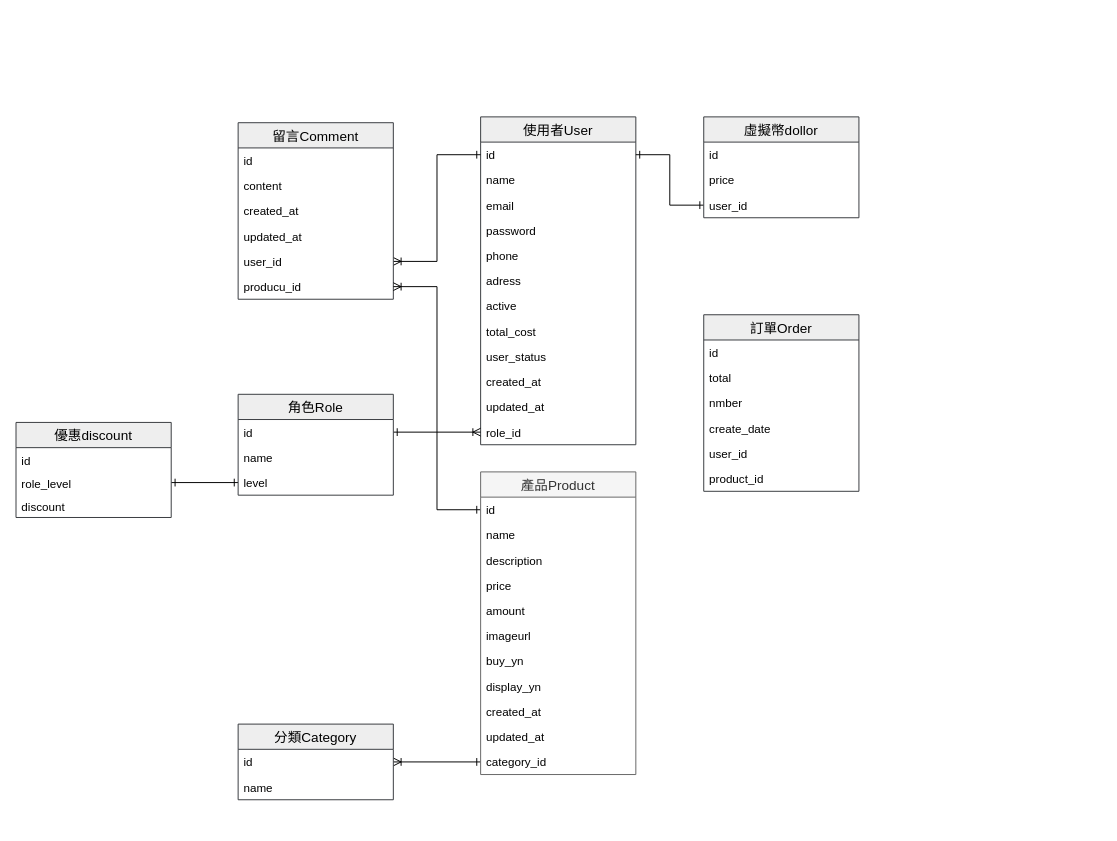
Earlier version of the draw.io diagram 系統規劃/購物網資料庫設計.drawio (Shenyoyo/ShoppingWeb). Source tidied: cells renumbered, new cells numbered last; positions are measured from the earlier drawing's top-left corner, leaving out a move shared by most shapes. Both pictures are drawn from the tidied source at 97%, with x=0, y=0 at pixel (16, 116).
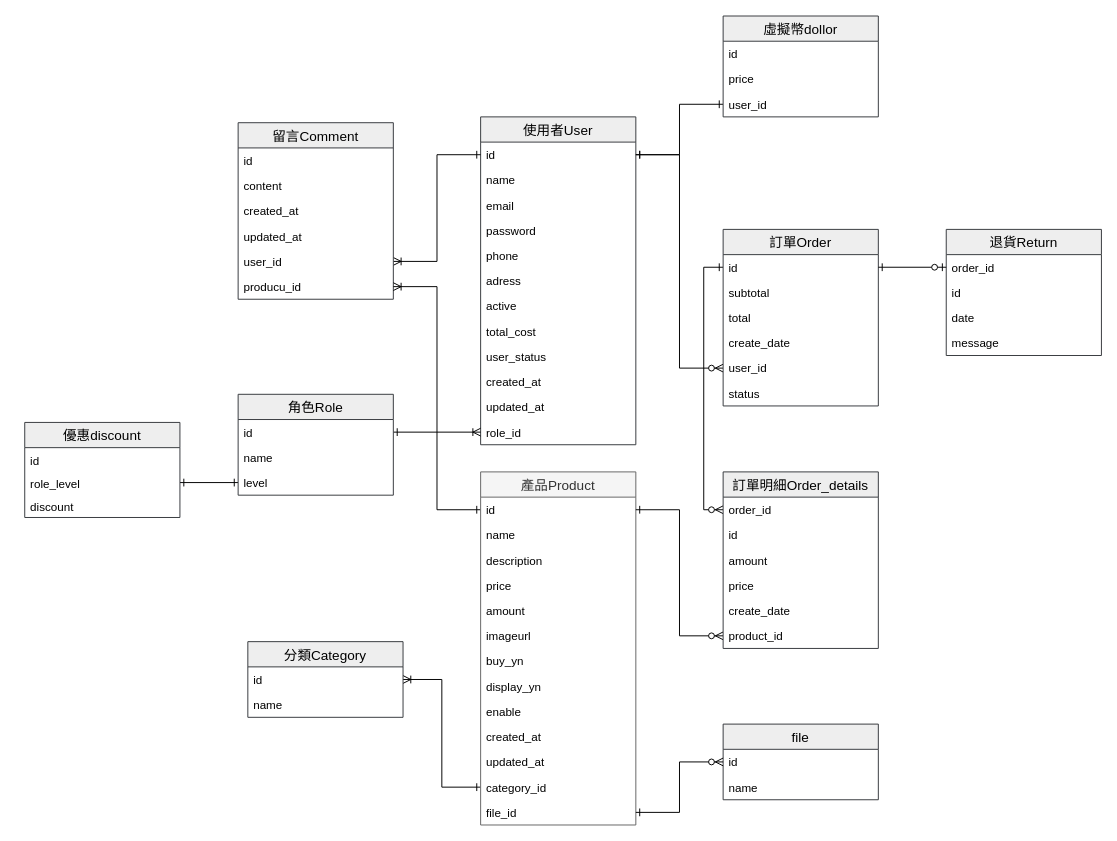
After the change.

Commit message (it also covers changes not shown here):
改變刪除不是真的刪除，與設計系統流程圖

The change refers to these unchanged cells:
```xml
<mxCell id="3" value="id" style="text;strokeColor=none;fillColor=none;spacingLeft=4;spacingRight=4;overflow=hidden;points=[[0,0.5],[1,0.5]];portConstraint=eastwest;fontSize=12;" parent="2" vertex="1">
  <mxGeometry y="26" width="160" height="26" as="geometry" />
</mxCell>
<mxCell id="28" value="id" style="text;strokeColor=none;fillColor=none;spacingLeft=4;spacingRight=4;overflow=hidden;points=[[0,0.5],[1,0.5]];portConstraint=eastwest;fontSize=12;" parent="27" vertex="1">
  <mxGeometry y="26" width="160" height="26" as="geometry" />
</mxCell>
```

What changed in the source:
```diff
@@
     <mxCell id="27" value="產品Product" style="swimlane;fontStyle=0;horizontal=1;startSize=26;align=center;fontSize=14;swimlaneFillColor=#ffffff;fillColor=#f5f5f5;strokeColor=#666666;fontColor=#333333;" parent="1" vertex="1">
-      <mxGeometry x="479" y="366" width="160" height="312" as="geometry" />
+      <mxGeometry x="479" y="366" width="160" height="364" as="geometry" />
     </mxCell>
@@
+    <mxCell id="62" value="enable" style="text;strokeColor=none;fillColor=none;spacingLeft=4;spacingRight=4;overflow=hidden;fontSize=12;" parent="27" vertex="1">
+      <mxGeometry y="234" width="160" height="26" as="geometry" />
+    </mxCell>
     <mxCell id="36" value="created_at" style="text;strokeColor=none;fillColor=none;spacingLeft=4;spacingRight=4;overflow=hidden;fontSize=12;" parent="27" vertex="1">
-      <mxGeometry y="234" width="160" height="26" as="geometry" />
+      <mxGeometry y="260" width="160" height="26" as="geometry" />
     </mxCell>
     <mxCell id="37" value="updated_at" style="text;strokeColor=none;fillColor=none;spacingLeft=4;spacingRight=4;overflow=hidden;fontSize=12;" parent="27" vertex="1">
-      <mxGeometry y="260" width="160" height="26" as="geometry" />
+      <mxGeometry y="286" width="160" height="26" as="geometry" />
     </mxCell>
     <mxCell id="38" value="category_id" style="text;strokeColor=none;fillColor=none;spacingLeft=4;spacingRight=4;overflow=hidden;points=[[0,0.5],[1,0.5]];portConstraint=eastwest;fontSize=12;" parent="27" vertex="1">
-      <mxGeometry y="286" width="160" height="26" as="geometry" />
+      <mxGeometry y="312" width="160" height="26" as="geometry" />
     </mxCell>
-    <mxCell id="39" value="訂單Order" style="swimlane;fontStyle=0;horizontal=1;startSize=26;align=center;fontSize=14;swimlaneFillColor=#ffffff;fillColor=#eeeeee;strokeColor=#36393d;" parent="1" vertex="1">
-      <mxGeometry x="709" y="204" width="160" height="182" as="geometry" />
-    </mxCell>
-    <mxCell id="40" value="id" style="text;strokeColor=none;fillColor=none;spacingLeft=4;spacingRight=4;overflow=hidden;points=[[0,0.5],[1,0.5]];portConstraint=eastwest;fontSize=12;" parent="39" vertex="1">
-      <mxGeometry y="26" width="160" height="26" as="geometry" />
-    </mxCell>
-    <mxCell id="41" value="total" style="text;strokeColor=none;fillColor=none;spacingLeft=4;spacingRight=4;overflow=hidden;fontSize=12;" parent="39" vertex="1">
-      <mxGeometry y="52" width="160" height="26" as="geometry" />
-    </mxCell>
-    <mxCell id="42" value="nmber" style="text;strokeColor=none;fillColor=none;spacingLeft=4;spacingRight=4;overflow=hidden;fontSize=12;" parent="39" vertex="1">
-      <mxGeometry y="78" width="160" height="26" as="geometry" />
-    </mxCell>
-    <mxCell id="43" value="create_date" style="text;strokeColor=none;fillColor=none;spacingLeft=4;spacingRight=4;overflow=hidden;fontSize=12;" parent="39" vertex="1">
-      <mxGeometry y="104" width="160" height="26" as="geometry" />
-    </mxCell>
-    <mxCell id="44" value="user_id" style="text;strokeColor=none;fillColor=none;spacingLeft=4;spacingRight=4;overflow=hidden;points=[[0,0.5],[1,0.5]];portConstraint=eastwest;fontSize=12;" parent="39" vertex="1">
-      <mxGeometry y="130" width="160" height="26" as="geometry" />
-    </mxCell>
-    <mxCell id="45" value="product_id" style="text;strokeColor=none;fillColor=none;spacingLeft=4;spacingRight=4;overflow=hidden;points=[[0,0.5],[1,0.5]];portConstraint=eastwest;fontSize=12;" parent="39" vertex="1">
-      <mxGeometry y="156" width="160" height="26" as="geometry" />
-    </mxCell>
-    <mxCell id="46" value="虛擬幣dollor" style="swimlane;fontStyle=0;horizontal=1;startSize=26;align=center;fontSize=14;swimlaneFillColor=#ffffff;fillColor=#eeeeee;strokeColor=#36393d;" parent="1" vertex="1">
-      <mxGeometry x="709" width="160" height="104" as="geometry" />
-    </mxCell>
-    <mxCell id="47" value="id" style="text;strokeColor=none;fillColor=none;spacingLeft=4;spacingRight=4;overflow=hidden;fontSize=12;" parent="46" vertex="1">
-      <mxGeometry y="26" width="160" height="26" as="geometry" />
-    </mxCell>
-    <mxCell id="48" value="price" style="text;strokeColor=none;fillColor=none;spacingLeft=4;spacingRight=4;overflow=hidden;fontSize=12;" parent="46" vertex="1">
-      <mxGeometry y="52" width="160" height="26" as="geometry" />
-    </mxCell>
-    <mxCell id="49" value="user_id" style="text;strokeColor=none;fillColor=none;spacingLeft=4;spacingRight=4;overflow=hidden;points=[[0,0.5],[1,0.5]];portConstraint=eastwest;fontSize=12;" parent="46" vertex="1">
-      <mxGeometry y="78" width="160" height="26" as="geometry" />
-    </mxCell>
-    <mxCell id="50" value="分類Category" style="swimlane;fontStyle=0;horizontal=1;startSize=26;align=center;fontSize=14;swimlaneFillColor=#ffffff;fillColor=#eeeeee;strokeColor=#36393d;" parent="1" vertex="1">
-      <mxGeometry x="229" y="626" width="160" height="78" as="geometry" />
-    </mxCell>
-    <mxCell id="51" value="id" style="text;strokeColor=none;fillColor=none;spacingLeft=4;spacingRight=4;overflow=hidden;points=[[0,0.5],[1,0.5]];portConstraint=eastwest;fontSize=12;" parent="50" vertex="1">
-      <mxGeometry y="26" width="160" height="26" as="geometry" />
-    </mxCell>
-    <mxCell id="52" value="name" style="text;strokeColor=none;fillColor=none;spacingLeft=4;spacingRight=4;overflow=hidden;fontSize=12;" parent="50" vertex="1">
-      <mxGeometry y="52" width="160" height="26" as="geometry" />
-    </mxCell>
+    <mxCell id="63" value="file_id" style="text;strokeColor=none;fillColor=none;spacingLeft=4;spacingRight=4;overflow=hidden;points=[[0,0.5],[1,0.5]];portConstraint=eastwest;fontSize=12;" parent="27" vertex="1">
+      <mxGeometry y="338" width="160" height="26" as="geometry" />
+    </mxCell>
@@
+    <mxCell id="64" style="edgeStyle=orthogonalEdgeStyle;rounded=0;jettySize=auto;html=1;exitX=0;exitY=0.5;exitDx=0;exitDy=0;entryX=0;entryY=0.5;entryDx=0;entryDy=0;endArrow=ERzeroToMany;endFill=1;startArrow=ERone;startFill=0;" parent="1" edge="1" source="68" target="40">
+      <mxGeometry relative="1" as="geometry" />
+    </mxCell>
+    <mxCell id="65" style="edgeStyle=orthogonalEdgeStyle;rounded=0;jettySize=auto;html=1;exitX=1;exitY=0.5;exitDx=0;exitDy=0;entryX=0;entryY=0.5;entryDx=0;entryDy=0;startArrow=ERone;startFill=0;endArrow=ERzeroToMany;endFill=1;" parent="1" edge="1" source="28" target="45">
+      <mxGeometry relative="1" as="geometry" />
+    </mxCell>
+    <mxCell id="66" style="edgeStyle=orthogonalEdgeStyle;rounded=0;jettySize=auto;html=1;entryX=0;entryY=0.5;entryDx=0;entryDy=0;startArrow=ERone;startFill=0;endArrow=ERzeroToMany;endFill=1;" parent="1" edge="1" source="3" target="44">
+      <mxGeometry relative="1" as="geometry" />
+    </mxCell>
+    <mxCell id="67" value="訂單Order" style="swimlane;fontStyle=0;horizontal=1;startSize=26;align=center;fontSize=14;swimlaneFillColor=#ffffff;fillColor=#eeeeee;strokeColor=#36393d;" parent="1" vertex="1">
+      <mxGeometry x="729" y="116" width="160" height="182" as="geometry" />
+    </mxCell>
+    <mxCell id="68" value="id" style="text;strokeColor=none;fillColor=none;spacingLeft=4;spacingRight=4;overflow=hidden;points=[[0,0.5],[1,0.5]];portConstraint=eastwest;fontSize=12;" parent="67" vertex="1">
+      <mxGeometry y="26" width="160" height="26" as="geometry" />
+    </mxCell>
+    <mxCell id="69" value="subtotal" style="text;strokeColor=none;fillColor=none;spacingLeft=4;spacingRight=4;overflow=hidden;fontSize=12;" parent="67" vertex="1">
+      <mxGeometry y="52" width="160" height="26" as="geometry" />
+    </mxCell>
+    <mxCell id="70" value="total" style="text;strokeColor=none;fillColor=none;spacingLeft=4;spacingRight=4;overflow=hidden;fontSize=12;" parent="67" vertex="1">
+      <mxGeometry y="78" width="160" height="26" as="geometry" />
+    </mxCell>
+    <mxCell id="71" value="create_date" style="text;strokeColor=none;fillColor=none;spacingLeft=4;spacingRight=4;overflow=hidden;fontSize=12;" parent="67" vertex="1">
+      <mxGeometry y="104" width="160" height="26" as="geometry" />
+    </mxCell>
+    <mxCell id="44" value="user_id" style="text;strokeColor=none;fillColor=none;spacingLeft=4;spacingRight=4;overflow=hidden;points=[[0,0.5],[1,0.5]];portConstraint=eastwest;fontSize=12;" parent="67" vertex="1">
+      <mxGeometry y="130" width="160" height="26" as="geometry" />
+    </mxCell>
+    <mxCell id="72" value="status" style="text;strokeColor=none;fillColor=none;spacingLeft=4;spacingRight=4;overflow=hidden;fontSize=12;" parent="67" vertex="1">
+      <mxGeometry y="156" width="160" height="26" as="geometry" />
+    </mxCell>
+    <mxCell id="39" value="訂單明細Order_details" style="swimlane;fontStyle=0;horizontal=1;startSize=26;align=center;fontSize=14;swimlaneFillColor=#ffffff;fillColor=#eeeeee;strokeColor=#36393d;" parent="1" vertex="1">
+      <mxGeometry x="729" y="366" width="160" height="182" as="geometry" />
+    </mxCell>
+    <mxCell id="40" value="order_id" style="text;strokeColor=none;fillColor=none;spacingLeft=4;spacingRight=4;overflow=hidden;points=[[0,0.5],[1,0.5]];portConstraint=eastwest;fontSize=12;" parent="39" vertex="1">
+      <mxGeometry y="26" width="160" height="26" as="geometry" />
+    </mxCell>
+    <mxCell id="41" value="id" style="text;strokeColor=none;fillColor=none;spacingLeft=4;spacingRight=4;overflow=hidden;fontSize=12;" parent="39" vertex="1">
+      <mxGeometry y="52" width="160" height="26" as="geometry" />
+    </mxCell>
+    <mxCell id="42" value="amount" style="text;strokeColor=none;fillColor=none;spacingLeft=4;spacingRight=4;overflow=hidden;fontSize=12;" parent="39" vertex="1">
+      <mxGeometry y="78" width="160" height="26" as="geometry" />
+    </mxCell>
+    <mxCell id="73" value="price" style="text;strokeColor=none;fillColor=none;spacingLeft=4;spacingRight=4;overflow=hidden;fontSize=12;" parent="39" vertex="1">
+      <mxGeometry y="104" width="160" height="26" as="geometry" />
+    </mxCell>
+    <mxCell id="43" value="create_date" style="text;strokeColor=none;fillColor=none;spacingLeft=4;spacingRight=4;overflow=hidden;fontSize=12;" parent="39" vertex="1">
+      <mxGeometry y="130" width="160" height="26" as="geometry" />
+    </mxCell>
+    <mxCell id="45" value="product_id" style="text;strokeColor=none;fillColor=none;spacingLeft=4;spacingRight=4;overflow=hidden;points=[[0,0.5],[1,0.5]];portConstraint=eastwest;fontSize=12;" parent="39" vertex="1">
+      <mxGeometry y="156" width="160" height="26" as="geometry" />
+    </mxCell>
     <mxCell id="58" value="優惠discount" style="swimlane;fontStyle=0;horizontal=1;startSize=26;align=center;fontSize=14;swimlaneFillColor=#ffffff;fillColor=#eeeeee;strokeColor=#36393d;" parent="1" vertex="1">
-      <mxGeometry y="315" width="160" height="98" as="geometry" />
+      <mxGeometry x="9" y="315" width="160" height="98" as="geometry" />
     </mxCell>
@@
+    <mxCell id="50" value="分類Category" style="swimlane;fontStyle=0;horizontal=1;startSize=26;align=center;fontSize=14;swimlaneFillColor=#ffffff;fillColor=#eeeeee;strokeColor=#36393d;" parent="1" vertex="1">
+      <mxGeometry x="239" y="541" width="160" height="78" as="geometry" />
+    </mxCell>
+    <mxCell id="51" value="id" style="text;strokeColor=none;fillColor=none;spacingLeft=4;spacingRight=4;overflow=hidden;points=[[0,0.5],[1,0.5]];portConstraint=eastwest;fontSize=12;" parent="50" vertex="1">
+      <mxGeometry y="26" width="160" height="26" as="geometry" />
+    </mxCell>
+    <mxCell id="52" value="name" style="text;strokeColor=none;fillColor=none;spacingLeft=4;spacingRight=4;overflow=hidden;fontSize=12;" parent="50" vertex="1">
+      <mxGeometry y="52" width="160" height="26" as="geometry" />
+    </mxCell>
+    <mxCell id="46" value="虛擬幣dollor" style="swimlane;fontStyle=0;horizontal=1;startSize=26;align=center;fontSize=14;swimlaneFillColor=#ffffff;fillColor=#eeeeee;strokeColor=#36393d;" parent="1" vertex="1">
+      <mxGeometry x="729" y="-104" width="160" height="104" as="geometry" />
+    </mxCell>
+    <mxCell id="47" value="id" style="text;strokeColor=none;fillColor=none;spacingLeft=4;spacingRight=4;overflow=hidden;fontSize=12;" parent="46" vertex="1">
+      <mxGeometry y="26" width="160" height="26" as="geometry" />
+    </mxCell>
+    <mxCell id="48" value="price" style="text;strokeColor=none;fillColor=none;spacingLeft=4;spacingRight=4;overflow=hidden;fontSize=12;" parent="46" vertex="1">
+      <mxGeometry y="52" width="160" height="26" as="geometry" />
+    </mxCell>
+    <mxCell id="49" value="user_id" style="text;strokeColor=none;fillColor=none;spacingLeft=4;spacingRight=4;overflow=hidden;points=[[0,0.5],[1,0.5]];portConstraint=eastwest;fontSize=12;" parent="46" vertex="1">
+      <mxGeometry y="78" width="160" height="26" as="geometry" />
+    </mxCell>
+    <mxCell id="74" value="file" style="swimlane;fontStyle=0;horizontal=1;startSize=26;align=center;fontSize=14;swimlaneFillColor=#ffffff;fillColor=#eeeeee;strokeColor=#36393d;" parent="1" vertex="1">
+      <mxGeometry x="729" y="626" width="160" height="78" as="geometry" />
+    </mxCell>
+    <mxCell id="75" value="id" style="text;strokeColor=none;fillColor=none;spacingLeft=4;spacingRight=4;overflow=hidden;fontSize=12;" parent="74" vertex="1">
+      <mxGeometry y="26" width="160" height="26" as="geometry" />
+    </mxCell>
+    <mxCell id="76" value="name" style="text;strokeColor=none;fillColor=none;spacingLeft=4;spacingRight=4;overflow=hidden;fontSize=12;" parent="74" vertex="1">
+      <mxGeometry y="52" width="160" height="26" as="geometry" />
+    </mxCell>
+    <mxCell id="77" style="edgeStyle=orthogonalEdgeStyle;rounded=0;jettySize=auto;html=1;exitX=1;exitY=0.5;exitDx=0;exitDy=0;entryX=0;entryY=0.5;entryDx=0;entryDy=0;startArrow=ERone;startFill=0;endArrow=ERzeroToMany;endFill=1;" parent="1" edge="1" source="63" target="74">
+      <mxGeometry relative="1" as="geometry" />
+    </mxCell>
+    <mxCell id="78" value="退貨Return" style="swimlane;fontStyle=0;horizontal=1;startSize=26;align=center;fontSize=14;swimlaneFillColor=#ffffff;fillColor=#eeeeee;strokeColor=#36393d;" parent="1" vertex="1">
+      <mxGeometry x="959" y="116" width="160" height="130" as="geometry" />
+    </mxCell>
+    <mxCell id="79" value="order_id" style="text;strokeColor=none;fillColor=none;spacingLeft=4;spacingRight=4;overflow=hidden;points=[[0,0.5],[1,0.5]];portConstraint=eastwest;fontSize=12;" parent="78" vertex="1">
+      <mxGeometry y="26" width="160" height="26" as="geometry" />
+    </mxCell>
+    <mxCell id="80" value="id" style="text;strokeColor=none;fillColor=none;spacingLeft=4;spacingRight=4;overflow=hidden;fontSize=12;" parent="78" vertex="1">
+      <mxGeometry y="52" width="160" height="26" as="geometry" />
+    </mxCell>
+    <mxCell id="81" value="date" style="text;strokeColor=none;fillColor=none;spacingLeft=4;spacingRight=4;overflow=hidden;fontSize=12;" parent="78" vertex="1">
+      <mxGeometry y="78" width="160" height="26" as="geometry" />
+    </mxCell>
+    <mxCell id="82" value="message" style="text;strokeColor=none;fillColor=none;spacingLeft=4;spacingRight=4;overflow=hidden;fontSize=12;" parent="78" vertex="1">
+      <mxGeometry y="104" width="160" height="26" as="geometry" />
+    </mxCell>
+    <mxCell id="83" style="edgeStyle=orthogonalEdgeStyle;rounded=0;jettySize=auto;html=1;exitX=1;exitY=0.5;exitDx=0;exitDy=0;entryX=0;entryY=0.5;entryDx=0;entryDy=0;startArrow=ERone;startFill=0;endArrow=ERzeroToOne;endFill=1;" parent="1" edge="1" source="68" target="79">
+      <mxGeometry relative="1" as="geometry" />
+    </mxCell>
```
